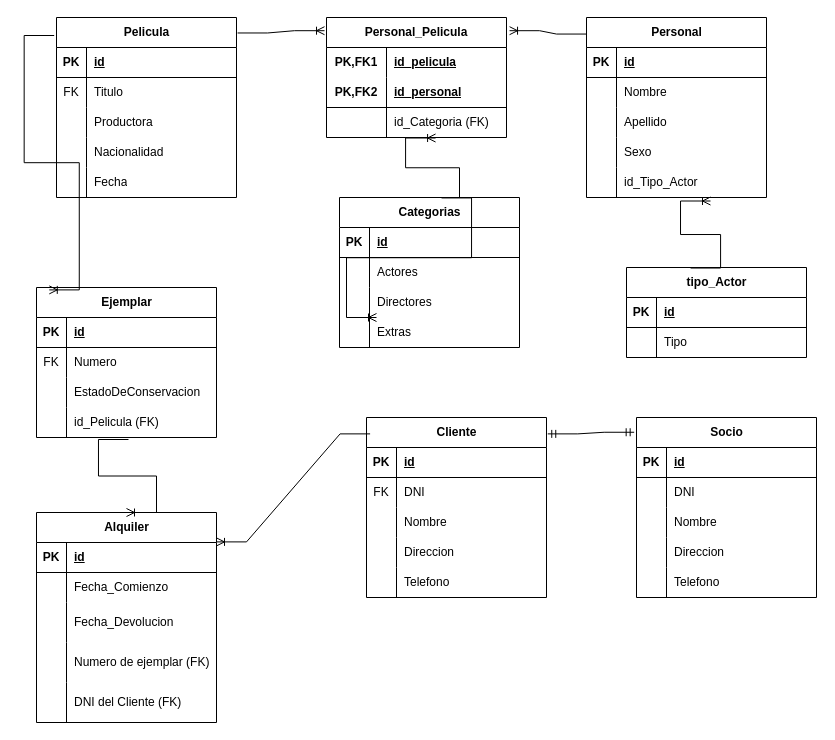
This is TP2-BasesDeDatos.drawio from MateoBorrero8/Yo., a draw.io file, before an edit. Source tidied: cells renumbered, new cells numbered last; positions are measured from the earlier drawing's top-left corner, leaving out a move shared by most shapes. Both pictures are drawn from the tidied source at 100%, with x=0, y=0 at pixel (36, 17).
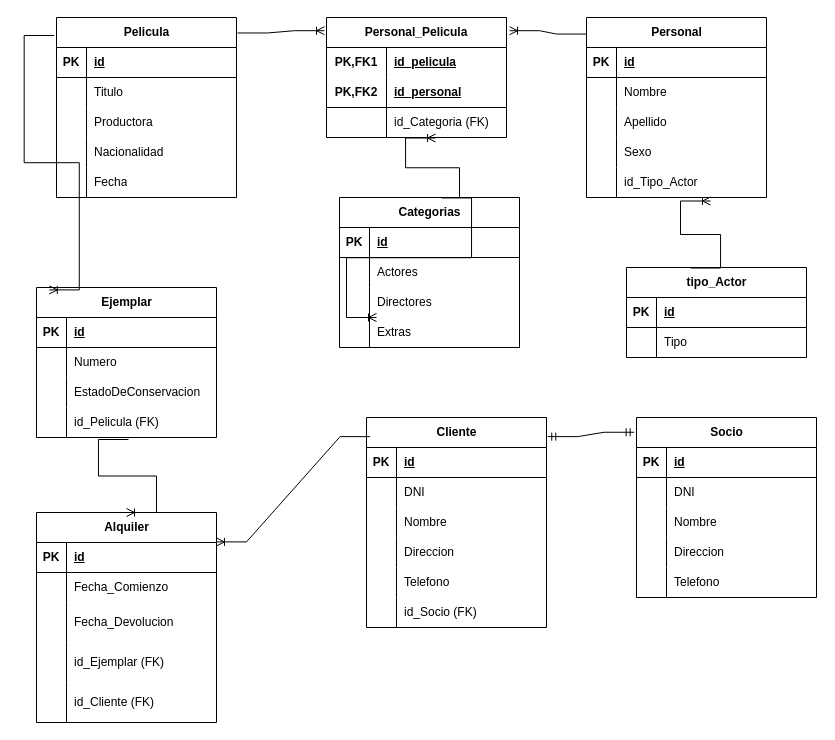
After the change.

Unchanged cells that the change refers to:
```xml
<mxCell id="6" style="shape=tableRow;horizontal=0;startSize=0;swimlaneHead=0;swimlaneBody=0;fillColor=none;top=0;left=0;right=0;bottom=0;" parent="2" vertex="1">
  <mxGeometry y="60" width="180" height="30" as="geometry" />
</mxCell>
<mxCell id="22" style="shape=tableRow;horizontal=0;startSize=0;swimlaneHead=0;swimlaneBody=0;fillColor=none;top=0;left=0;right=0;bottom=0;" parent="18" vertex="1">
  <mxGeometry y="60" width="180" height="30" as="geometry" />
</mxCell>
<mxCell id="71" style="shape=tableRow;horizontal=0;startSize=0;swimlaneHead=0;swimlaneBody=0;fillColor=none;top=0;left=0;right=0;bottom=0;" parent="67" vertex="1">
  <mxGeometry y="60" width="180" height="30" as="geometry" />
</mxCell>
<mxCell id="93" style="shape=tableRow;horizontal=0;startSize=0;swimlaneHead=0;swimlaneBody=0;fillColor=none;top=0;left=0;right=0;bottom=0;" parent="83" vertex="1">
  <mxGeometry y="130" width="180" height="40" as="geometry" />
</mxCell>
<mxCell id="96" style="shape=tableRow;horizontal=0;startSize=0;swimlaneHead=0;swimlaneBody=0;fillColor=none;top=0;left=0;right=0;bottom=0;" parent="83" vertex="1">
  <mxGeometry y="170" width="180" height="40" as="geometry" />
</mxCell>
```

The edit, as a diff of the source:
```diff
@@
-    <mxCell id="7" value="FK" style="shape=partialRectangle;fillColor=none;top=0;left=0;bottom=0;right=0;overflow=hidden;whiteSpace=wrap;html=1;" parent="6" vertex="1">
+    <mxCell id="7" style="shape=partialRectangle;fillColor=none;top=0;left=0;bottom=0;right=0;overflow=hidden;whiteSpace=wrap;html=1;" parent="6" vertex="1">
       <mxGeometry width="30" height="30" as="geometry" />
     </mxCell>
@@
-    <mxCell id="23" value="FK" style="shape=partialRectangle;fillColor=none;top=0;left=0;bottom=0;right=0;overflow=hidden;whiteSpace=wrap;html=1;" parent="22" vertex="1">
+    <mxCell id="23" style="shape=partialRectangle;fillColor=none;top=0;left=0;bottom=0;right=0;overflow=hidden;whiteSpace=wrap;html=1;" parent="22" vertex="1">
       <mxGeometry width="30" height="30" as="geometry" />
     </mxCell>
@@
     <mxCell id="67" value="Cliente" style="shape=table;startSize=30;childLayout=tableLayout;rowLines=0;fontStyle=1;align=center;html=1;" parent="1" vertex="1">
-      <mxGeometry x="330" y="400" width="180" height="180" as="geometry" />
+      <mxGeometry x="330" y="400" width="180" height="210" as="geometry" />
     </mxCell>
@@
-    <mxCell id="72" value="FK" style="shape=partialRectangle;fillColor=none;top=0;left=0;bottom=0;right=0;overflow=hidden;whiteSpace=wrap;html=1;" parent="71" vertex="1">
+    <mxCell id="72" style="shape=partialRectangle;fillColor=none;top=0;left=0;bottom=0;right=0;overflow=hidden;whiteSpace=wrap;html=1;" parent="71" vertex="1">
       <mxGeometry width="30" height="30" as="geometry" />
     </mxCell>
@@
+    <mxCell id="134" style="shape=tableRow;horizontal=0;startSize=0;swimlaneHead=0;swimlaneBody=0;fillColor=none;top=0;left=0;right=0;bottom=0;" parent="67" vertex="1">
+      <mxGeometry y="180" width="180" height="30" as="geometry" />
+    </mxCell>
+    <mxCell id="135" style="shape=partialRectangle;fillColor=none;top=0;left=0;bottom=0;right=0;overflow=hidden;whiteSpace=wrap;html=1;" parent="134" vertex="1">
+      <mxGeometry width="30" height="30" as="geometry" />
+    </mxCell>
+    <mxCell id="136" value="id_Socio (FK)" style="shape=partialRectangle;fillColor=none;top=0;left=0;bottom=0;right=0;align=left;spacingLeft=6;overflow=hidden;whiteSpace=wrap;html=1;" parent="134" vertex="1">
+      <mxGeometry x="30" width="150" height="30" as="geometry" />
+    </mxCell>
@@
-    <mxCell id="95" value="Numero de ejemplar (FK)" style="shape=partialRectangle;fillColor=none;top=0;left=0;bottom=0;right=0;align=left;spacingLeft=6;overflow=hidden;whiteSpace=wrap;html=1;" parent="93" vertex="1">
+    <mxCell id="95" value="id_Ejemplar (FK)" style="shape=partialRectangle;fillColor=none;top=0;left=0;bottom=0;right=0;align=left;spacingLeft=6;overflow=hidden;whiteSpace=wrap;html=1;" parent="93" vertex="1">
       <mxGeometry x="30" width="150" height="40" as="geometry" />
     </mxCell>
@@
-    <mxCell id="98" value="DNI del Cliente (FK)" style="shape=partialRectangle;fillColor=none;top=0;left=0;bottom=0;right=0;align=left;spacingLeft=6;overflow=hidden;whiteSpace=wrap;html=1;" parent="96" vertex="1">
+    <mxCell id="98" value="id_Cliente (FK)" style="shape=partialRectangle;fillColor=none;top=0;left=0;bottom=0;right=0;align=left;spacingLeft=6;overflow=hidden;whiteSpace=wrap;html=1;" parent="96" vertex="1">
       <mxGeometry x="30" width="150" height="40" as="geometry" />
     </mxCell>
```
